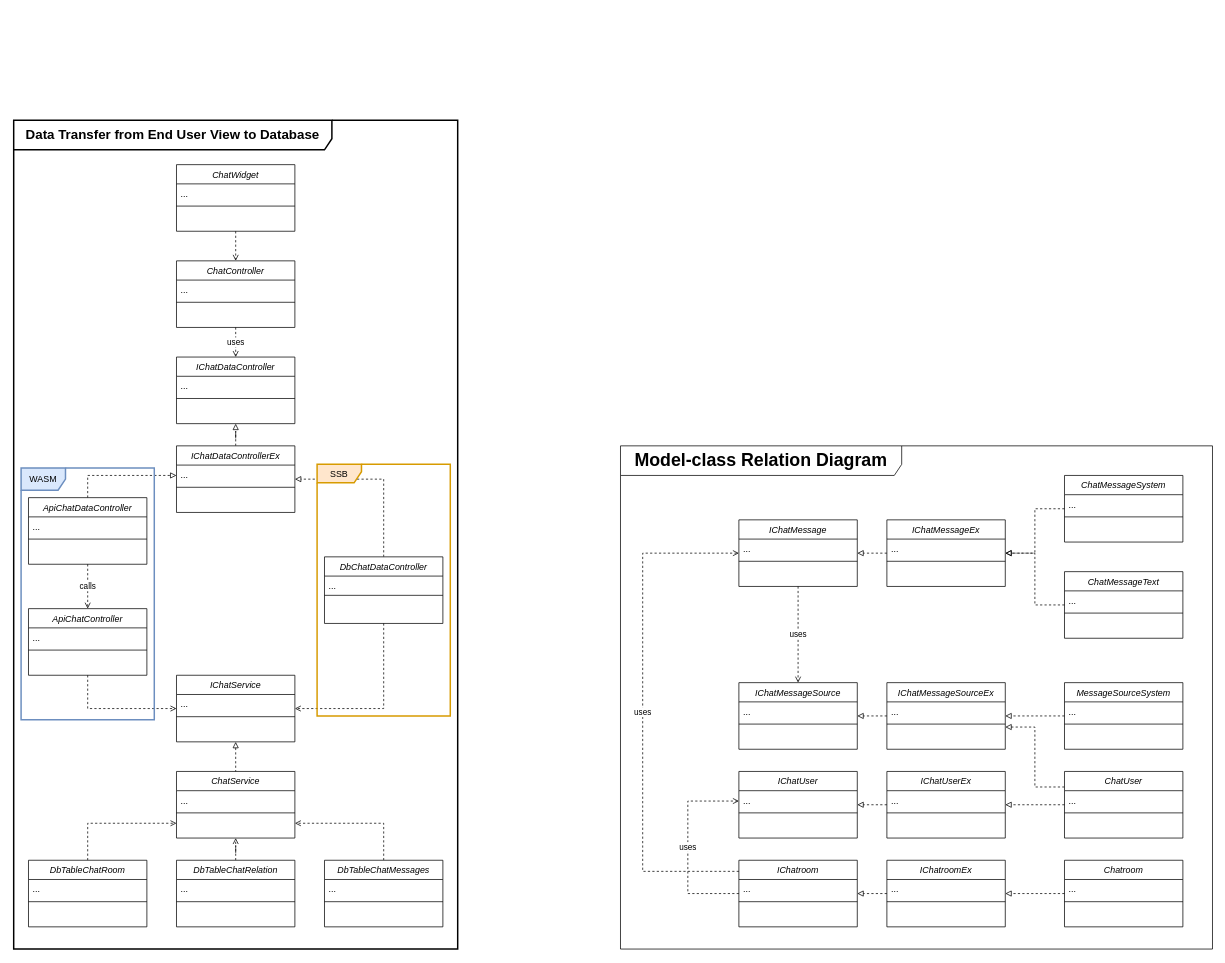
Above: internship_s8/new-class-diagram.drawio in Gryfin123/diagrams_with_no_context (draw.io), before the change. Source tidied: cells renumbered, new cells numbered last; positions are measured from the earlier drawing's top-left corner, leaving out a move shared by most shapes. Both pictures are drawn from the tidied source at 74%, with x=0, y=0 at pixel (13, 120).
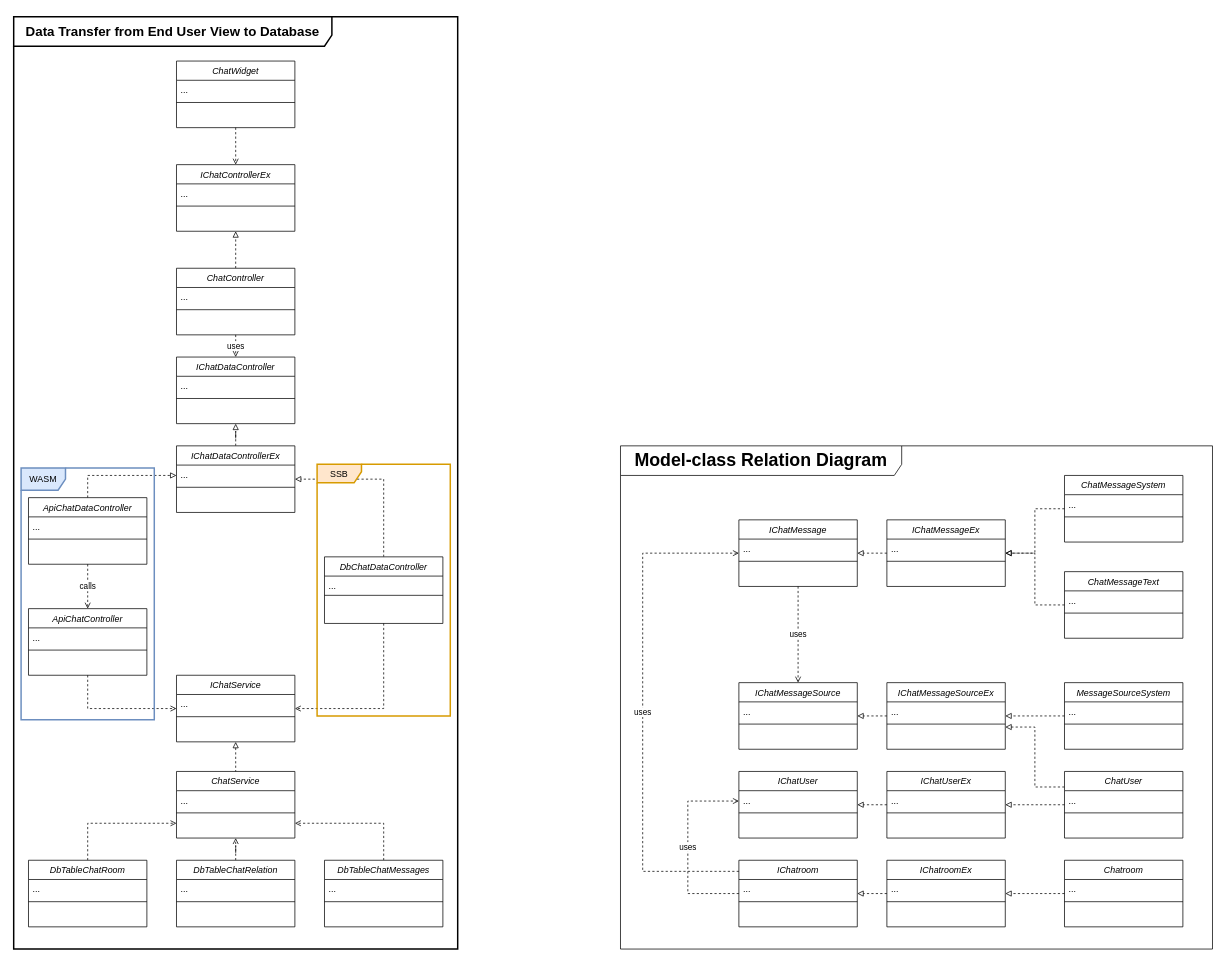
After the change.

What changed in the source:
```diff
@@
+    <mxCell id="106" style="edgeStyle=orthogonalEdgeStyle;rounded=0;jettySize=auto;html=1;dashed=1;endArrow=block;endFill=0;" parent="1" edge="1" source="89" target="107">
+      <mxGeometry relative="1" as="geometry" />
+    </mxCell>
     <mxCell id="89" value="ChatController" style="swimlane;fontStyle=2;align=center;verticalAlign=top;horizontal=1;startSize=26;rounded=0;shadow=0;strokeWidth=1;" parent="1" vertex="1">
-      <mxGeometry x="220" y="190" width="160" height="90" as="geometry" />
+      <mxGeometry x="220" y="200" width="160" height="90" as="geometry" />
     </mxCell>
@@
-    <mxCell id="92" style="edgeStyle=orthogonalEdgeStyle;rounded=0;jettySize=auto;html=1;endArrow=open;endFill=0;dashed=1;" parent="1" edge="1" source="93" target="89">
+    <mxCell id="92" style="edgeStyle=orthogonalEdgeStyle;rounded=0;jettySize=auto;html=1;endArrow=open;endFill=0;dashed=1;" parent="1" edge="1" source="93" target="107">
       <mxGeometry relative="1" as="geometry" />
     </mxCell>
     <mxCell id="93" value="ChatWidget" style="swimlane;fontStyle=2;align=center;verticalAlign=top;horizontal=1;startSize=26;rounded=0;shadow=0;strokeWidth=1;" parent="1" vertex="1">
-      <mxGeometry x="220" y="60" width="160" height="90" as="geometry" />
+      <mxGeometry x="220" y="-80" width="160" height="90" as="geometry" />
     </mxCell>
@@
     <mxCell id="103" value="&lt;h2 style=&quot;text-align: left;&quot;&gt;Data Transfer from End User View to Database&lt;/h2&gt;" style="shape=umlFrame;whiteSpace=wrap;html=1;width=430;height=40;strokeWidth=2;" parent="1" vertex="1">
-      <mxGeometry width="600" height="1120" as="geometry" />
+      <mxGeometry y="-140" width="600" height="1260" as="geometry" />
     </mxCell>
@@
+    <mxCell id="107" value="IChatControllerEx" style="swimlane;fontStyle=2;align=center;verticalAlign=top;horizontal=1;startSize=26;rounded=0;shadow=0;strokeWidth=1;" parent="1" vertex="1">
+      <mxGeometry x="220" y="60" width="160" height="90" as="geometry" />
+    </mxCell>
+    <mxCell id="108" value="..." style="text;align=left;verticalAlign=top;spacingLeft=4;spacingRight=4;overflow=hidden;" parent="107" vertex="1">
+      <mxGeometry y="26" width="160" height="26" as="geometry" />
+    </mxCell>
+    <mxCell id="109" style="line;html=1;strokeWidth=1;align=left;verticalAlign=middle;spacingTop=-1;spacingLeft=3;spacingRight=3;labelPosition=right;" parent="107" vertex="1">
+      <mxGeometry y="52" width="160" height="8" as="geometry" />
+    </mxCell>
```
